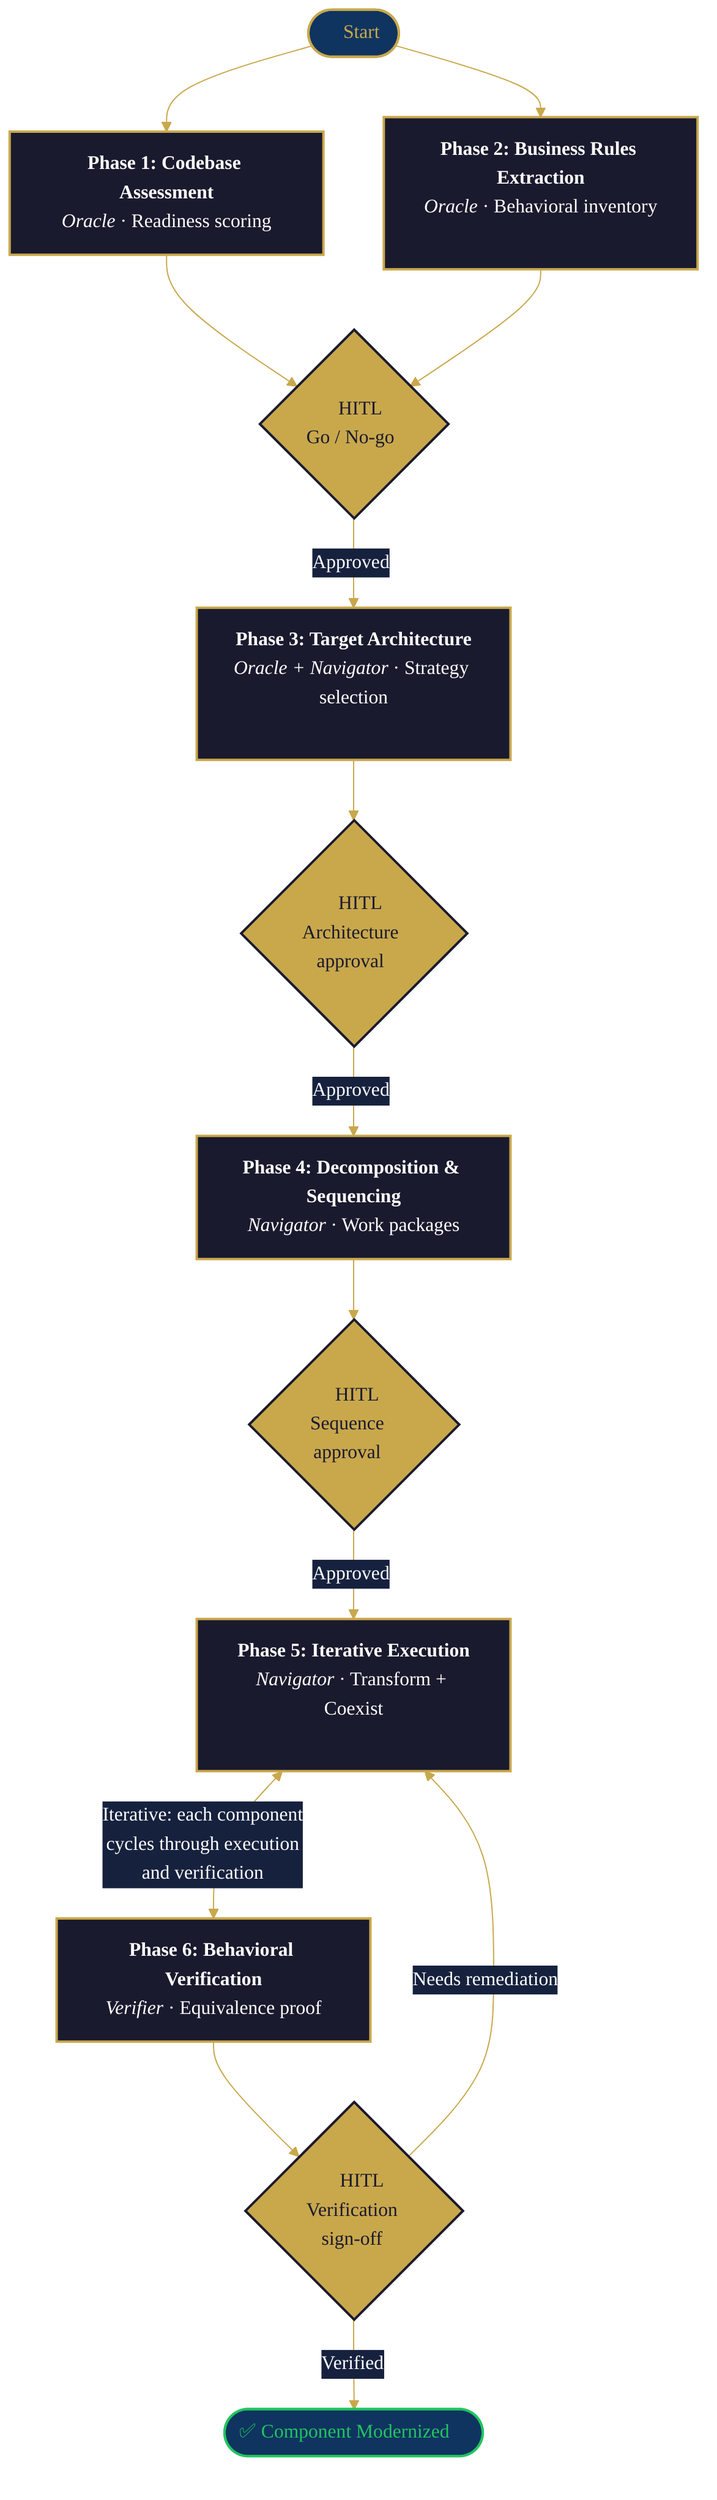
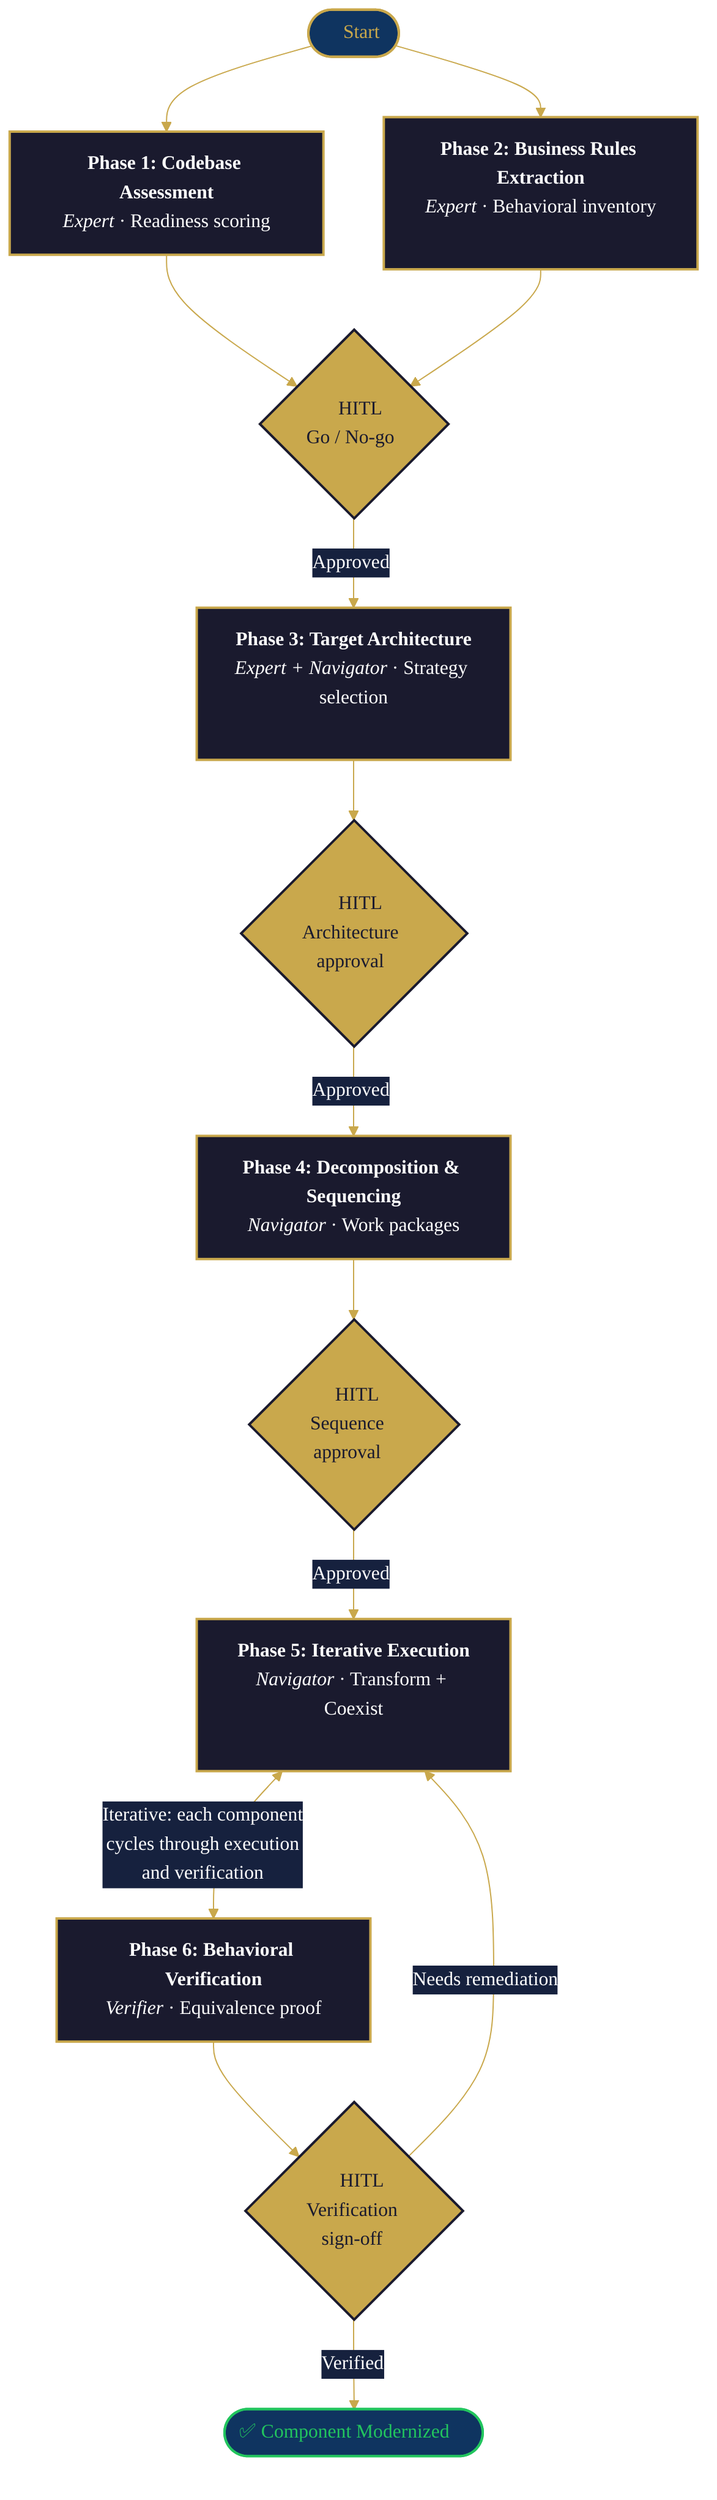
%%{init: {'theme': 'base', 'themeVariables': { 'primaryColor': '#1a1a2e', 'primaryTextColor': '#ffffff', 'primaryBorderColor': '#c9a84c', 'lineColor': '#c9a84c', 'secondaryColor': '#16213e', 'tertiaryColor': '#0f3460', 'fontFamily': 'Inter, system-ui, sans-serif'}}}%%

graph TD
    START(["🚀 Start"])

-     P1["<b>Phase 1: Codebase Assessment</b><br/><i>Oracle</i> · Readiness scoring"]
-     P2["<b>Phase 2: Business Rules Extraction</b><br/><i>Oracle</i> · Behavioral inventory"]
+     P1["<b>Phase 1: Codebase Assessment</b><br/><i>Expert</i> · Readiness scoring"]
+     P2["<b>Phase 2: Business Rules Extraction</b><br/><i>Expert</i> · Behavioral inventory"]

    G1{"👤 HITL<br/>Go / No-go"}

-     P3["<b>Phase 3: Target Architecture</b><br/><i>Oracle + Navigator</i> · Strategy selection"]
+     P3["<b>Phase 3: Target Architecture</b><br/><i>Expert + Navigator</i> · Strategy selection"]

    G3{"👤 HITL<br/>Architecture<br/>approval"}

    P4["<b>Phase 4: Decomposition & Sequencing</b><br/><i>Navigator</i> · Work packages"]

    G4{"👤 HITL<br/>Sequence<br/>approval"}

    P5["<b>Phase 5: Iterative Execution</b><br/><i>Navigator</i> · Transform + Coexist"]

    P6["<b>Phase 6: Behavioral Verification</b><br/><i>Verifier</i> · Equivalence proof"]

    G6{"👤 HITL<br/>Verification<br/>sign-off"}

    DONE(["✅ Component Modernized"])

    START --> P1
    START --> P2
    P1 --> G1
    P2 --> G1
    G1 -->|Approved| P3
    P3 --> G3
    G3 -->|Approved| P4
    P4 --> G4
    G4 -->|Approved| P5
    P5 <-->|"Iterative: each component<br/>cycles through execution<br/>and verification"| P6
    P6 --> G6
    G6 -->|Verified| DONE
    G6 -->|"Needs remediation"| P5

    style START fill:#0f3460,stroke:#c9a84c,stroke-width:2px,color:#c9a84c
    style P1 fill:#1a1a2e,stroke:#c9a84c,stroke-width:2px,color:#ffffff
    style P2 fill:#1a1a2e,stroke:#c9a84c,stroke-width:2px,color:#ffffff
    style P3 fill:#1a1a2e,stroke:#c9a84c,stroke-width:2px,color:#ffffff
    style P4 fill:#1a1a2e,stroke:#c9a84c,stroke-width:2px,color:#ffffff
    style P5 fill:#1a1a2e,stroke:#c9a84c,stroke-width:2px,color:#ffffff
    style P6 fill:#1a1a2e,stroke:#c9a84c,stroke-width:2px,color:#ffffff
    style G1 fill:#c9a84c,stroke:#1a1a2e,stroke-width:2px,color:#1a1a2e
    style G3 fill:#c9a84c,stroke:#1a1a2e,stroke-width:2px,color:#1a1a2e
    style G4 fill:#c9a84c,stroke:#1a1a2e,stroke-width:2px,color:#1a1a2e
    style G6 fill:#c9a84c,stroke:#1a1a2e,stroke-width:2px,color:#1a1a2e
    style DONE fill:#0f3460,stroke:#22c55e,stroke-width:2px,color:#22c55e
